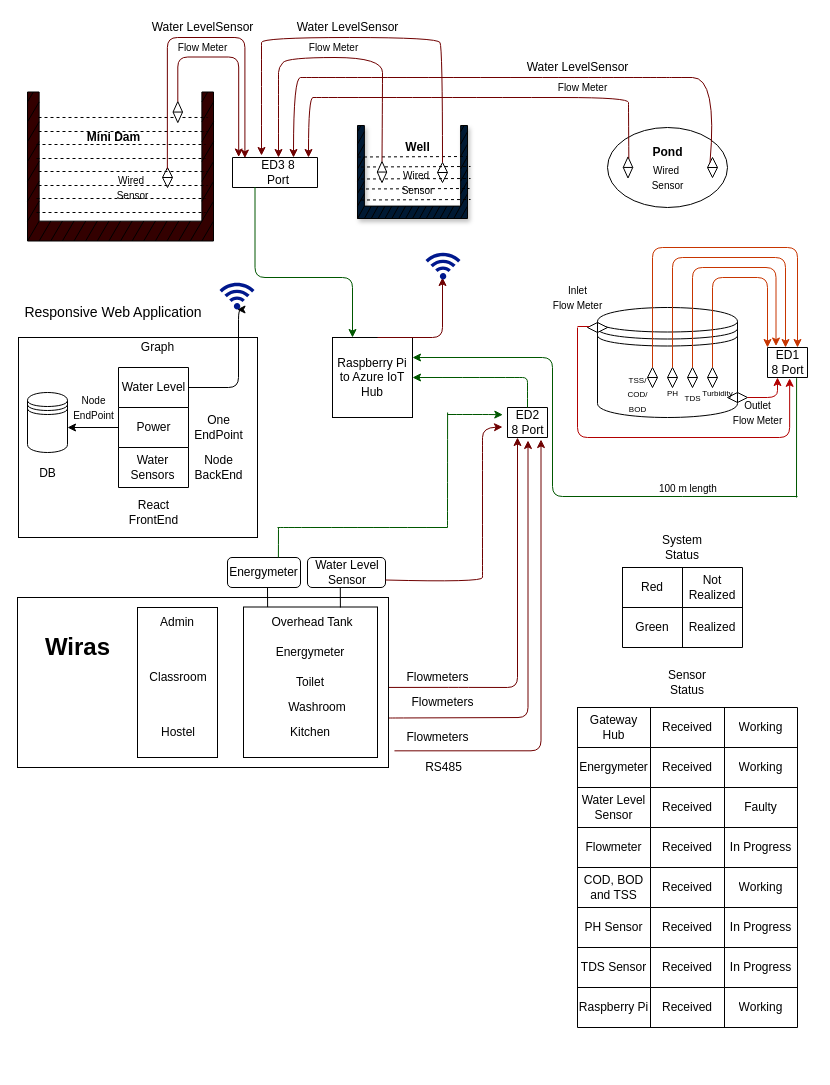
Above: Documents/Embedded_Specifications/Block_Diagrams/High_Level_Diagram.drawio in ramesh-kp/Project_MKC (draw.io), before the change. Source tidied: cells renumbered, new cells numbered last; positions are measured from the earlier drawing's top-left corner, leaving out a move shared by most shapes. Both pictures are drawn from the tidied source at 100%, with x=0, y=0 at pixel (17, 17).
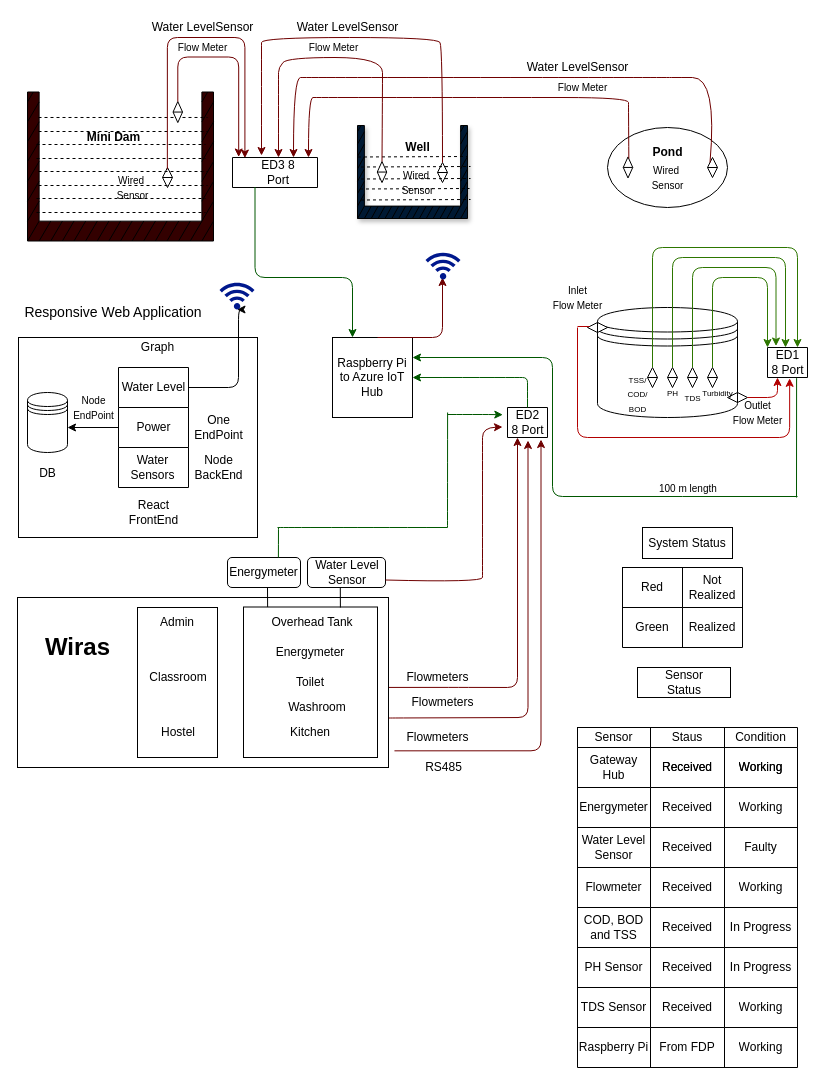
Above is the later version.

Unchanged cells that the change refers to:
```xml
<mxCell id="24" value="ED1&lt;br&gt;8 Port" style="text;html=1;align=center;verticalAlign=middle;points=[];strokeColor=none;fillColor=none;" parent="1" vertex="1">
  <mxGeometry x="745" y="330" width="50" height="30" as="geometry" />
</mxCell>
<mxCell id="34" style="shape=sortShape;perimeter=rhombusPerimeter;whiteSpace=wrap;html=1;" parent="1" vertex="1">
  <mxGeometry x="670" y="350" width="10" height="20" as="geometry" />
</mxCell>
<mxCell id="35" style="shape=sortShape;perimeter=rhombusPerimeter;whiteSpace=wrap;html=1;" parent="1" vertex="1">
  <mxGeometry x="650" y="350" width="10" height="20" as="geometry" />
</mxCell>
<mxCell id="36" style="shape=sortShape;perimeter=rhombusPerimeter;whiteSpace=wrap;html=1;" parent="1" vertex="1">
  <mxGeometry x="630" y="350" width="10" height="20" as="geometry" />
</mxCell>
<mxCell id="37" style="shape=sortShape;perimeter=rhombusPerimeter;whiteSpace=wrap;html=1;" parent="1" vertex="1">
  <mxGeometry x="690" y="350" width="10" height="20" as="geometry" />
</mxCell>
<mxCell id="159" style="shape=partialRectangle;fillColor=none;top=0;left=0;bottom=0;right=0;" parent="130" vertex="1">
  <mxGeometry y="280" width="220" height="40" as="geometry" />
</mxCell>
```

Change to the diagram source:
```diff
@@
-    <mxCell id="39" style="edgeStyle=elbowEdgeStyle;elbow=vertical;endArrow=classic;html=1;entryX=0.7;entryY=0;entryDx=0;entryDy=0;entryPerimeter=0;exitX=0.5;exitY=0;exitDx=0;exitDy=0;fillColor=#fa6800;strokeColor=#C73500;" parent="1" edge="1" source="36" target="24">
+    <mxCell id="39" style="edgeStyle=elbowEdgeStyle;elbow=vertical;endArrow=classic;html=1;entryX=0.7;entryY=0;entryDx=0;entryDy=0;entryPerimeter=0;exitX=0.5;exitY=0;exitDx=0;exitDy=0;fillColor=#60a917;strokeColor=#2D7600;" parent="1" edge="1" source="36" target="24">
       <mxGeometry relative="1" as="geometry">
         <Array as="points">
           <mxPoint x="700" y="230" />
           <mxPoint x="670" y="240" />
           <mxPoint x="755" y="220" />
         </Array>
       </mxGeometry>
     </mxCell>
-    <mxCell id="40" style="edgeStyle=elbowEdgeStyle;elbow=vertical;endArrow=classic;html=1;exitX=0.5;exitY=0;exitDx=0;exitDy=0;entryX=0.46;entryY=0;entryDx=0;entryDy=0;entryPerimeter=0;fillColor=#fa6800;strokeColor=#C73500;" parent="1" edge="1" source="35" target="24">
+    <mxCell id="40" style="edgeStyle=elbowEdgeStyle;elbow=vertical;endArrow=classic;html=1;exitX=0.5;exitY=0;exitDx=0;exitDy=0;entryX=0.46;entryY=0;entryDx=0;entryDy=0;entryPerimeter=0;fillColor=#60a917;strokeColor=#2D7600;" parent="1" edge="1" source="35" target="24">
       <mxGeometry relative="1" as="geometry">
         <Array as="points">
           <mxPoint x="710" y="240" />
           <mxPoint x="670" y="240" />
         </Array>
       </mxGeometry>
     </mxCell>
-    <mxCell id="41" style="edgeStyle=elbowEdgeStyle;elbow=vertical;endArrow=classic;html=1;entryX=0.27;entryY=-0.05;entryDx=0;entryDy=0;entryPerimeter=0;exitX=0.5;exitY=0;exitDx=0;exitDy=0;fillColor=#fa6800;strokeColor=#C73500;" parent="1" edge="1" source="34" target="24">
+    <mxCell id="41" style="edgeStyle=elbowEdgeStyle;elbow=vertical;endArrow=classic;html=1;entryX=0.27;entryY=-0.05;entryDx=0;entryDy=0;entryPerimeter=0;exitX=0.5;exitY=0;exitDx=0;exitDy=0;fillColor=#60a917;strokeColor=#2D7600;" parent="1" edge="1" source="34" target="24">
       <mxGeometry relative="1" as="geometry">
         <Array as="points">
           <mxPoint x="720" y="250" />
           <mxPoint x="680" y="250" />
         </Array>
       </mxGeometry>
     </mxCell>
-    <mxCell id="42" style="edgeStyle=elbowEdgeStyle;elbow=vertical;endArrow=classic;html=1;exitX=0.5;exitY=0;exitDx=0;exitDy=0;entryX=0.1;entryY=0;entryDx=0;entryDy=0;entryPerimeter=0;fillColor=#fa6800;strokeColor=#C73500;" parent="1" edge="1" source="37" target="24">
+    <mxCell id="42" style="edgeStyle=elbowEdgeStyle;elbow=vertical;endArrow=classic;html=1;exitX=0.5;exitY=0;exitDx=0;exitDy=0;entryX=0.1;entryY=0;entryDx=0;entryDy=0;entryPerimeter=0;fillColor=#60a917;strokeColor=#2D7600;" parent="1" edge="1" source="37" target="24">
       <mxGeometry relative="1" as="geometry">
         <Array as="points">
           <mxPoint x="720" y="260" />
           <mxPoint x="730" y="260" />
           <mxPoint x="690" y="260" />
         </Array>
       </mxGeometry>
     </mxCell>
@@
-    <mxCell id="129" value="System Status" style="text;html=1;strokeColor=none;fillColor=none;align=center;verticalAlign=middle;whiteSpace=wrap;rounded=0;" parent="1" vertex="1">
-      <mxGeometry x="635" y="515" width="60" height="30" as="geometry" />
-    </mxCell>
     <mxCell id="130" style="shape=table;startSize=0;childLayout=tableLayout;" parent="1" vertex="1">
-      <mxGeometry x="560" y="690" width="220" height="320" as="geometry" />
+      <mxGeometry x="560" y="730" width="220" height="320" as="geometry" />
     </mxCell>
@@
-    <mxCell id="161" style="shape=partialRectangle;html=1;whiteSpace=wrap;overflow=hidden;fillColor=none;top=0;left=0;bottom=0;right=0;" parent="159" vertex="1">
+    <mxCell id="161" value="From FDP" style="shape=partialRectangle;html=1;whiteSpace=wrap;overflow=hidden;fillColor=none;top=0;left=0;bottom=0;right=0;" parent="159" vertex="1">
       <mxGeometry x="73" width="74" height="40" as="geometry" />
     </mxCell>
@@
-    <mxCell id="163" value="Sensor Status" style="text;html=1;strokeColor=none;fillColor=none;align=center;verticalAlign=middle;whiteSpace=wrap;rounded=0;" parent="1" vertex="1">
-      <mxGeometry x="640" y="650" width="60" height="30" as="geometry" />
-    </mxCell>
@@
-    <mxCell id="172" value="In Progress" style="shape=partialRectangle;html=1;whiteSpace=wrap;overflow=hidden;fillColor=none;top=0;left=0;bottom=0;right=0;" parent="1" vertex="1">
-      <mxGeometry x="707" y="810" width="73" height="40" as="geometry" />
-    </mxCell>
@@
+    <mxCell id="179" style="rounded=0;whiteSpace=wrap;html=1;" parent="1" vertex="1">
+      <mxGeometry x="620" y="650" width="93" height="30" as="geometry" />
+    </mxCell>
+    <mxCell id="163" value="Sensor Status" style="text;html=1;strokeColor=none;fillColor=none;align=center;verticalAlign=middle;whiteSpace=wrap;rounded=0;" parent="1" vertex="1">
+      <mxGeometry x="636.5" y="650" width="60" height="30" as="geometry" />
+    </mxCell>
+    <mxCell id="129" value="System Status" style="rounded=0;whiteSpace=wrap;html=1;" parent="1" vertex="1">
+      <mxGeometry x="625" y="510" width="90" height="31" as="geometry" />
+    </mxCell>
+    <mxCell id="180" style="shape=table;startSize=0;childLayout=tableLayout;" parent="1" vertex="1">
+      <mxGeometry x="560" y="710" width="220" height="20" as="geometry" />
+    </mxCell>
+    <mxCell id="181" style="shape=partialRectangle;fillColor=none;top=0;left=0;bottom=0;right=0;" parent="180" vertex="1">
+      <mxGeometry width="220" height="20" as="geometry" />
+    </mxCell>
+    <mxCell id="182" value="Sensor" style="shape=partialRectangle;html=1;whiteSpace=wrap;overflow=hidden;fillColor=none;top=0;left=0;bottom=0;right=0;" parent="181" vertex="1">
+      <mxGeometry width="73" height="20" as="geometry" />
+    </mxCell>
+    <mxCell id="183" value="Staus" style="shape=partialRectangle;html=1;whiteSpace=wrap;overflow=hidden;fillColor=none;top=0;left=0;bottom=0;right=0;" parent="181" vertex="1">
+      <mxGeometry x="73" width="74" height="20" as="geometry" />
+    </mxCell>
+    <mxCell id="184" value="Condition" style="shape=partialRectangle;html=1;whiteSpace=wrap;overflow=hidden;fillColor=none;top=0;left=0;bottom=0;right=0;" parent="181" vertex="1">
+      <mxGeometry x="147" width="73" height="20" as="geometry" />
+    </mxCell>
+    <mxCell id="185" value="Working" style="shape=partialRectangle;html=1;whiteSpace=wrap;overflow=hidden;fillColor=none;top=0;left=0;bottom=0;right=0;" parent="1" vertex="1">
+      <mxGeometry x="707" y="770" width="73" height="40" as="geometry" />
+    </mxCell>
+    <mxCell id="186" value="Working" style="shape=partialRectangle;html=1;whiteSpace=wrap;overflow=hidden;fillColor=none;top=0;left=0;bottom=0;right=0;" parent="1" vertex="1">
+      <mxGeometry x="707" y="1010" width="73" height="40" as="geometry" />
+    </mxCell>
```
